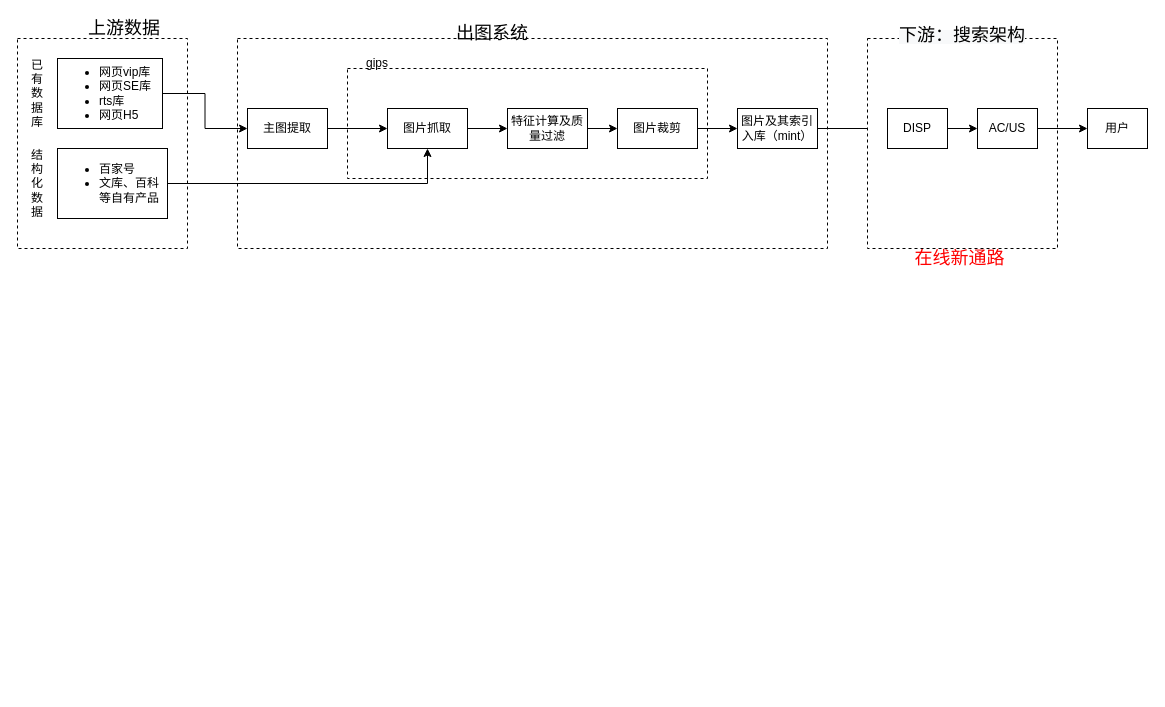
Before: 搜索出图.drawio in 2018liuyan/one, a draw.io diagram. Source tidied: cells renumbered, new cells numbered last; positions are measured from the earlier drawing's top-left corner, leaving out a move shared by most shapes. Both pictures are drawn from the tidied source at 100%, with x=0, y=0 at pixel (17, 18).
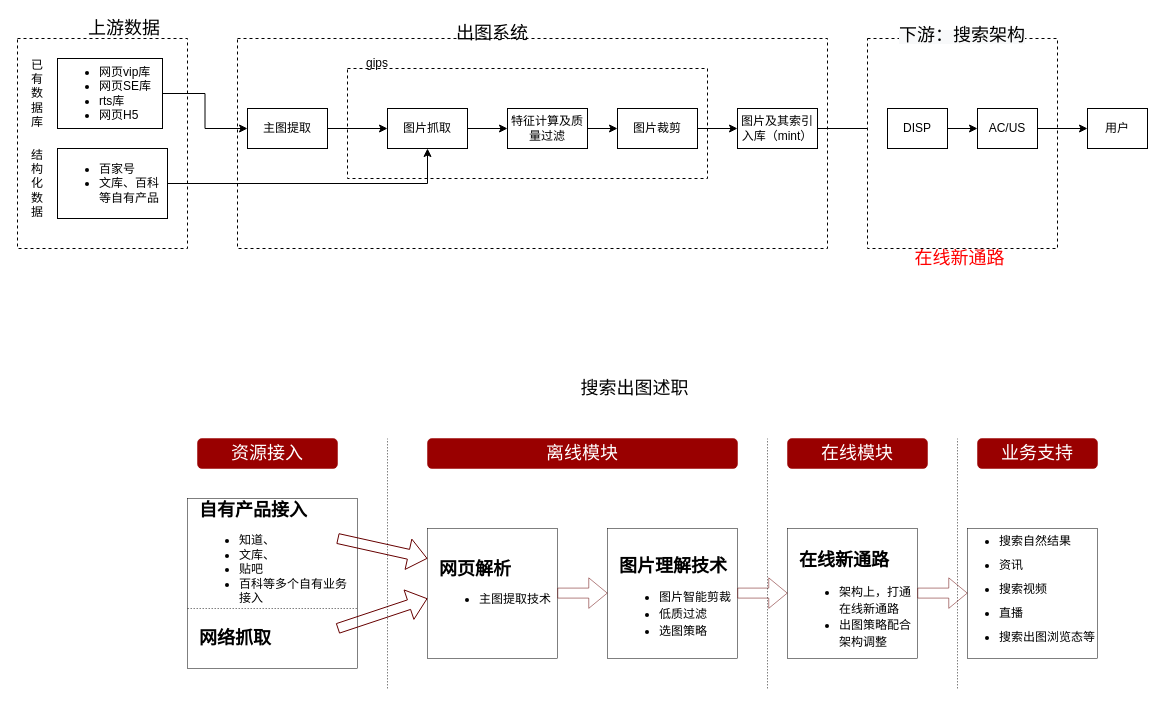
The same page after the edit.

The edit, as a diff of the source:
```diff
@@
+    <mxCell id="32" style="whiteSpace=wrap;html=1;fontSize=18;strokeWidth=0.5;" parent="1" vertex="1">
+      <mxGeometry x="950" y="510" width="130" height="130" as="geometry" />
+    </mxCell>
+    <mxCell id="33" style="whiteSpace=wrap;html=1;fontSize=18;strokeWidth=0.5;" parent="1" vertex="1">
+      <mxGeometry x="590" y="510" width="130" height="130" as="geometry" />
+    </mxCell>
+    <mxCell id="34" style="whiteSpace=wrap;html=1;fontSize=18;strokeWidth=0.5;" parent="1" vertex="1">
+      <mxGeometry x="410" y="510" width="130" height="130" as="geometry" />
+    </mxCell>
+    <mxCell id="35" style="whiteSpace=wrap;html=1;fontSize=18;strokeWidth=0.5;" parent="1" vertex="1">
+      <mxGeometry x="170" y="480" width="170" height="170" as="geometry" />
+    </mxCell>
@@
+    <mxCell id="36" value="&lt;font style=&quot;font-size: 18px&quot;&gt;&lt;b&gt;网页解析&lt;/b&gt;&lt;/font&gt;&lt;br&gt;&lt;ul&gt;&lt;li&gt;主图提取技术&lt;/li&gt;&lt;/ul&gt;" style="text;html=1;strokeColor=none;fillColor=none;align=left;verticalAlign=middle;whiteSpace=wrap;rounded=0;" parent="1" vertex="1">
+      <mxGeometry x="420" y="520" width="160" height="100" as="geometry" />
+    </mxCell>
+    <mxCell id="37" value="&lt;span style=&quot;font-size: 18px&quot;&gt;&lt;b&gt;图片理解技术&lt;/b&gt;&lt;/span&gt;&lt;br&gt;&lt;ul style=&quot;line-height: 1.4&quot;&gt;&lt;li&gt;图片智能剪裁&lt;/li&gt;&lt;li&gt;低质过滤&lt;/li&gt;&lt;li&gt;选图策略&lt;/li&gt;&lt;/ul&gt;" style="text;html=1;strokeColor=none;fillColor=none;align=left;verticalAlign=middle;whiteSpace=wrap;rounded=0;" parent="1" vertex="1">
+      <mxGeometry x="600" y="540" width="190" height="90" as="geometry" />
+    </mxCell>
+    <mxCell id="38" value="&lt;span style=&quot;font-size: 18px&quot;&gt;&lt;b&gt;自有产品接入&lt;/b&gt;&lt;/span&gt;&lt;br&gt;&lt;ul&gt;&lt;li&gt;知道、&lt;/li&gt;&lt;li&gt;文库、&lt;/li&gt;&lt;li&gt;贴吧&lt;/li&gt;&lt;li&gt;百科等多个自有业务接入&lt;/li&gt;&lt;/ul&gt;" style="text;html=1;strokeColor=none;fillColor=none;align=left;verticalAlign=middle;whiteSpace=wrap;rounded=0;" parent="1" vertex="1">
+      <mxGeometry x="180" y="490" width="160" height="100" as="geometry" />
+    </mxCell>
+    <mxCell id="39" value="&lt;span style=&quot;font-size: 18px&quot;&gt;&lt;b&gt;网络抓取&lt;br&gt;&lt;/b&gt;&lt;/span&gt;" style="text;html=1;strokeColor=none;fillColor=none;align=left;verticalAlign=middle;whiteSpace=wrap;rounded=0;" parent="1" vertex="1">
+      <mxGeometry x="180" y="570" width="160" height="100" as="geometry" />
+    </mxCell>
+    <mxCell id="40" style="endArrow=none;html=1;rounded=0;fontSize=18;dashed=1;strokeWidth=0.5;" parent="1" edge="1">
+      <mxGeometry relative="1" as="geometry">
+        <mxPoint x="170" y="590" as="sourcePoint" />
+        <mxPoint x="340" y="590" as="targetPoint" />
+      </mxGeometry>
+    </mxCell>
+    <mxCell id="41" style="shape=flexArrow;endArrow=classic;html=1;rounded=0;fontSize=18;exitX=0.875;exitY=0.3;exitDx=0;exitDy=0;exitPerimeter=0;strokeColor=#660000;" parent="1" edge="1" source="38">
+      <mxGeometry relative="1" as="geometry">
+        <mxPoint x="410" y="540" as="targetPoint" />
+      </mxGeometry>
+    </mxCell>
+    <mxCell id="42" style="shape=flexArrow;endArrow=classic;html=1;rounded=0;fontSize=18;strokeColor=#660000;" parent="1" edge="1">
+      <mxGeometry relative="1" as="geometry">
+        <mxPoint x="320" y="610" as="sourcePoint" />
+        <mxPoint x="410" y="580" as="targetPoint" />
+      </mxGeometry>
+    </mxCell>
+    <mxCell id="43" style="shape=flexArrow;endArrow=classic;html=1;rounded=0;fontSize=18;strokeColor=#660000;strokeWidth=0.5;" parent="1" edge="1">
+      <mxGeometry relative="1" as="geometry">
+        <mxPoint x="540" y="574.6" as="sourcePoint" />
+        <mxPoint x="590" y="574.6" as="targetPoint" />
+      </mxGeometry>
+    </mxCell>
+    <mxCell id="44" style="whiteSpace=wrap;html=1;fontSize=18;strokeWidth=0.5;" parent="1" vertex="1">
+      <mxGeometry x="770" y="510" width="130" height="130" as="geometry" />
+    </mxCell>
+    <mxCell id="45" style="shape=flexArrow;endArrow=classic;html=1;rounded=0;fontSize=18;strokeColor=#660000;strokeWidth=0.5;" parent="1" edge="1">
+      <mxGeometry relative="1" as="geometry">
+        <mxPoint x="720" y="574.6" as="sourcePoint" />
+        <mxPoint x="770" y="574.6" as="targetPoint" />
+      </mxGeometry>
+    </mxCell>
+    <mxCell id="46" value="&lt;span style=&quot;font-size: 18px&quot;&gt;&lt;b&gt;在线新通路&lt;/b&gt;&lt;/span&gt;&lt;br&gt;&lt;ul style=&quot;line-height: 1.4&quot;&gt;&lt;li&gt;架构上，打通在线新通路&lt;/li&gt;&lt;li&gt;出图策略配合架构调整&lt;/li&gt;&lt;/ul&gt;" style="text;html=1;strokeColor=none;fillColor=none;align=left;verticalAlign=middle;whiteSpace=wrap;rounded=0;" parent="1" vertex="1">
+      <mxGeometry x="780" y="545" width="120" height="85" as="geometry" />
+    </mxCell>
+    <mxCell id="47" value="&lt;font color=&quot;#ffffff&quot;&gt;离线模块&lt;/font&gt;" style="rounded=1;whiteSpace=wrap;html=1;fontSize=18;strokeWidth=0.5;fillColor=#990000;strokeColor=#990000;" parent="1" vertex="1">
+      <mxGeometry x="410" y="420" width="310" height="30" as="geometry" />
+    </mxCell>
+    <mxCell id="48" value="&lt;font color=&quot;#ffffff&quot;&gt;在线模块&lt;/font&gt;" style="rounded=1;whiteSpace=wrap;html=1;fontSize=18;strokeWidth=0.5;fillColor=#990000;strokeColor=#990000;" parent="1" vertex="1">
+      <mxGeometry x="770" y="420" width="140" height="30" as="geometry" />
+    </mxCell>
+    <mxCell id="49" value="&lt;ul style=&quot;line-height: 2&quot;&gt;&lt;li&gt;搜索自然结果&lt;/li&gt;&lt;li&gt;资讯&lt;/li&gt;&lt;li&gt;搜索视频&lt;/li&gt;&lt;li&gt;直播&lt;/li&gt;&lt;li&gt;搜索出图浏览态等&lt;/li&gt;&lt;/ul&gt;" style="text;html=1;strokeColor=none;fillColor=none;align=left;verticalAlign=middle;whiteSpace=wrap;rounded=0;" parent="1" vertex="1">
+      <mxGeometry x="940" y="520" width="140" height="100" as="geometry" />
+    </mxCell>
+    <mxCell id="50" style="endArrow=none;dashed=1;html=1;rounded=0;fontSize=18;fontColor=#FFFFFF;strokeColor=#000000;strokeWidth=0.5;" parent="1" edge="1">
+      <mxGeometry relative="1" as="geometry">
+        <mxPoint x="370" y="670" as="sourcePoint" />
+        <mxPoint x="370" y="420" as="targetPoint" />
+      </mxGeometry>
+    </mxCell>
+    <mxCell id="51" style="endArrow=none;dashed=1;html=1;rounded=0;fontSize=18;fontColor=#FFFFFF;strokeColor=#000000;strokeWidth=0.5;" parent="1" edge="1">
+      <mxGeometry relative="1" as="geometry">
+        <mxPoint x="750" y="670" as="sourcePoint" />
+        <mxPoint x="750" y="420" as="targetPoint" />
+      </mxGeometry>
+    </mxCell>
+    <mxCell id="52" style="endArrow=none;dashed=1;html=1;rounded=0;fontSize=18;fontColor=#FFFFFF;strokeColor=#000000;strokeWidth=0.5;" parent="1" edge="1">
+      <mxGeometry relative="1" as="geometry">
+        <mxPoint x="940" y="670" as="sourcePoint" />
+        <mxPoint x="940" y="420" as="targetPoint" />
+      </mxGeometry>
+    </mxCell>
+    <mxCell id="53" value="&lt;span style=&quot;font-size: 18px&quot;&gt;搜索出图述职&lt;/span&gt;" style="text;html=1;strokeColor=none;fillColor=none;align=center;verticalAlign=middle;whiteSpace=wrap;rounded=0;dashed=1;" parent="1" vertex="1">
+      <mxGeometry x="555" y="360" width="125" height="20" as="geometry" />
+    </mxCell>
+    <mxCell id="54" style="shape=flexArrow;endArrow=classic;html=1;rounded=0;fontSize=18;strokeColor=#660000;strokeWidth=0.5;" parent="1" edge="1">
+      <mxGeometry relative="1" as="geometry">
+        <mxPoint x="900" y="574.6" as="sourcePoint" />
+        <mxPoint x="950" y="574.6" as="targetPoint" />
+      </mxGeometry>
+    </mxCell>
+    <mxCell id="55" value="&lt;font color=&quot;#ffffff&quot;&gt;资源接入&lt;/font&gt;" style="rounded=1;whiteSpace=wrap;html=1;fontSize=18;strokeWidth=0.5;fillColor=#990000;strokeColor=#990000;" parent="1" vertex="1">
+      <mxGeometry x="180" y="420" width="140" height="30" as="geometry" />
+    </mxCell>
+    <mxCell id="56" value="&lt;font color=&quot;#ffffff&quot;&gt;业务支持&lt;/font&gt;" style="rounded=1;whiteSpace=wrap;html=1;fontSize=18;strokeWidth=0.5;fillColor=#990000;strokeColor=#990000;" parent="1" vertex="1">
+      <mxGeometry x="960" y="420" width="120" height="30" as="geometry" />
+    </mxCell>
```
